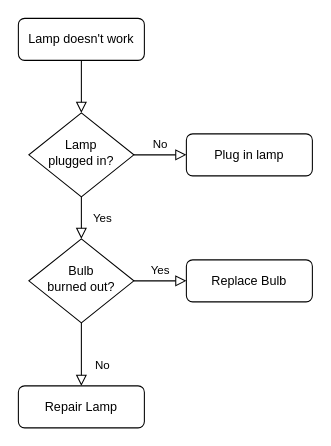
Earlier version of the draw.io diagram Diagramme sans nom.drawio (GitMalice/drawio). Source tidied: cells renumbered, new cells numbered last; positions are measured from the earlier drawing's top-left corner, leaving out a move shared by most shapes. Both pictures are drawn from the tidied source at 105%, with x=0, y=0 at pixel (18, 18).
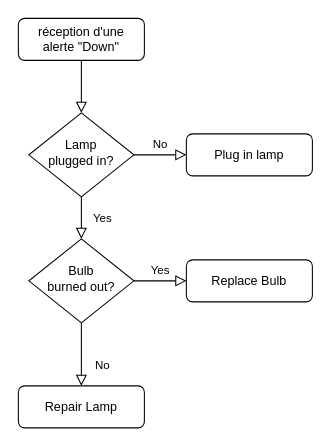
The same diagram, later.

The edit, as a diff of the source:
```diff
@@
 <mxGraphModel>
   <root>
     <mxCell id="0" />
     <mxCell id="1" parent="0" />
     <mxCell id="2" style="rounded=0;html=1;jettySize=auto;fontSize=11;endArrow=block;endFill=0;endSize=8;strokeWidth=1;shadow=0;labelBackgroundColor=none;edgeStyle=orthogonalEdgeStyle;" parent="1" edge="1" source="3" target="6">
       <mxGeometry relative="1" as="geometry" />
     </mxCell>
-    <mxCell id="3" value="Lamp doesn't work" style="rounded=1;whiteSpace=wrap;html=1;fontSize=12;glass=0;strokeWidth=1;shadow=0;" parent="1" vertex="1">
+    <mxCell id="3" value="réception d'une&lt;br&gt;alerte &quot;Down&quot;" style="rounded=1;whiteSpace=wrap;html=1;fontSize=12;glass=0;strokeWidth=1;shadow=0;" parent="1" vertex="1">
       <mxGeometry width="120" height="40" as="geometry" />
     </mxCell>
     <mxCell id="4" value="Yes" style="rounded=0;html=1;jettySize=auto;fontSize=11;endArrow=block;endFill=0;endSize=8;strokeWidth=1;shadow=0;labelBackgroundColor=none;edgeStyle=orthogonalEdgeStyle;" parent="1" edge="1" source="6" target="10">
       <mxGeometry y="20" relative="1" as="geometry" />
     </mxCell>
     <mxCell id="5" value="No" style="edgeStyle=orthogonalEdgeStyle;rounded=0;html=1;jettySize=auto;fontSize=11;endArrow=block;endFill=0;endSize=8;strokeWidth=1;shadow=0;labelBackgroundColor=none;" parent="1" edge="1" source="6" target="7">
       <mxGeometry y="10" relative="1" as="geometry" />
     </mxCell>
     <mxCell id="6" value="Lamp&lt;br&gt;plugged in?" style="rhombus;whiteSpace=wrap;html=1;shadow=0;fontFamily=Helvetica;fontSize=12;align=center;strokeWidth=1;spacing=6;spacingTop=-4;" parent="1" vertex="1">
       <mxGeometry x="10" y="90" width="100" height="80" as="geometry" />
     </mxCell>
     <mxCell id="7" value="Plug in lamp" style="rounded=1;whiteSpace=wrap;html=1;fontSize=12;glass=0;strokeWidth=1;shadow=0;" parent="1" vertex="1">
       <mxGeometry x="160" y="110" width="120" height="40" as="geometry" />
     </mxCell>
     <mxCell id="8" value="No" style="rounded=0;html=1;jettySize=auto;fontSize=11;endArrow=block;endFill=0;endSize=8;strokeWidth=1;shadow=0;labelBackgroundColor=none;edgeStyle=orthogonalEdgeStyle;" parent="1" edge="1" source="10" target="11">
       <mxGeometry x="0.33" y="20" relative="1" as="geometry" />
     </mxCell>
     <mxCell id="9" value="Yes" style="edgeStyle=orthogonalEdgeStyle;rounded=0;html=1;jettySize=auto;fontSize=11;endArrow=block;endFill=0;endSize=8;strokeWidth=1;shadow=0;labelBackgroundColor=none;" parent="1" edge="1" source="10" target="12">
       <mxGeometry y="10" relative="1" as="geometry" />
     </mxCell>
     <mxCell id="10" value="Bulb&lt;br&gt;burned out?" style="rhombus;whiteSpace=wrap;html=1;shadow=0;fontFamily=Helvetica;fontSize=12;align=center;strokeWidth=1;spacing=6;spacingTop=-4;" parent="1" vertex="1">
       <mxGeometry x="10" y="210" width="100" height="80" as="geometry" />
     </mxCell>
     <mxCell id="11" value="Repair Lamp" style="rounded=1;whiteSpace=wrap;html=1;fontSize=12;glass=0;strokeWidth=1;shadow=0;" parent="1" vertex="1">
       <mxGeometry y="350" width="120" height="40" as="geometry" />
     </mxCell>
     <mxCell id="12" value="Replace Bulb" style="rounded=1;whiteSpace=wrap;html=1;fontSize=12;glass=0;strokeWidth=1;shadow=0;" parent="1" vertex="1">
       <mxGeometry x="160" y="230" width="120" height="40" as="geometry" />
     </mxCell>
   </root>
 </mxGraphModel>
```
